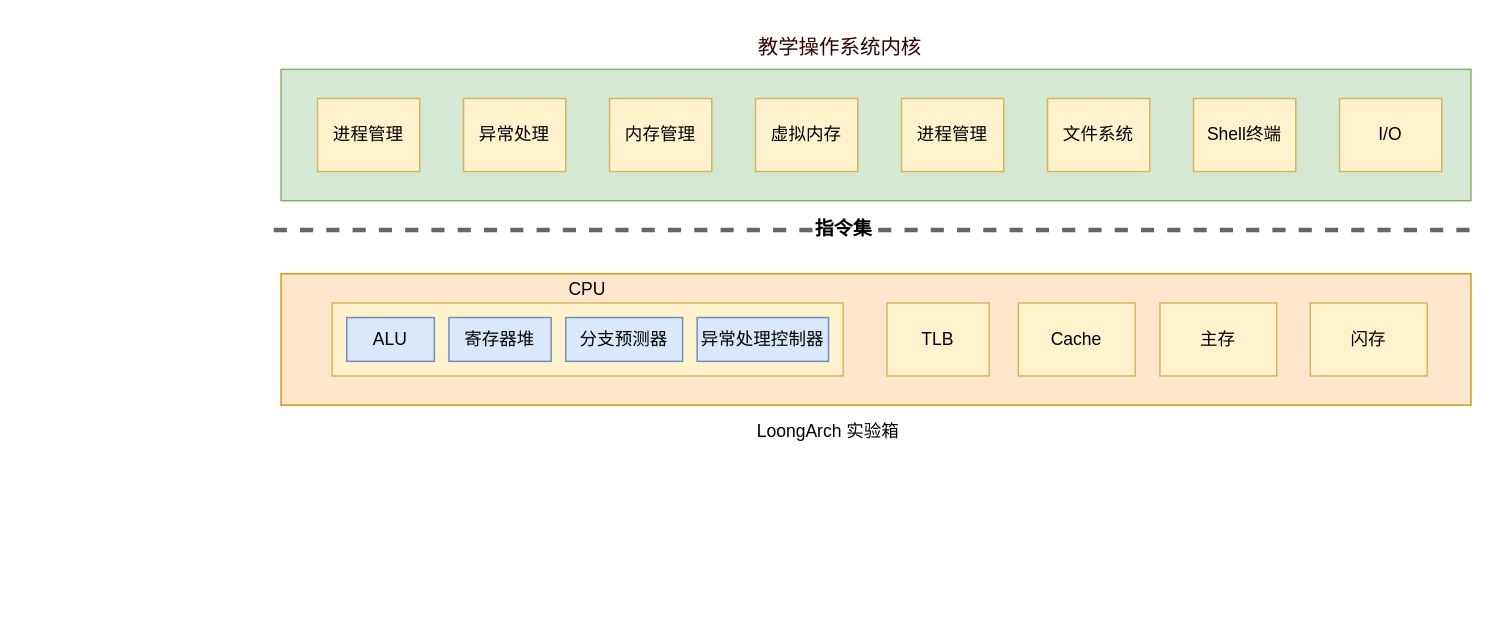
This is directory/架构CA-OS.drawio from lllwwwooo/draw.io, a draw.io file, before an edit. Source tidied: cells renumbered, new cells numbered last; positions are measured from the earlier drawing's top-left corner, leaving out a move shared by most shapes. Both pictures are drawn from the tidied source at 146%, with x=0, y=0 at pixel (273, 25).
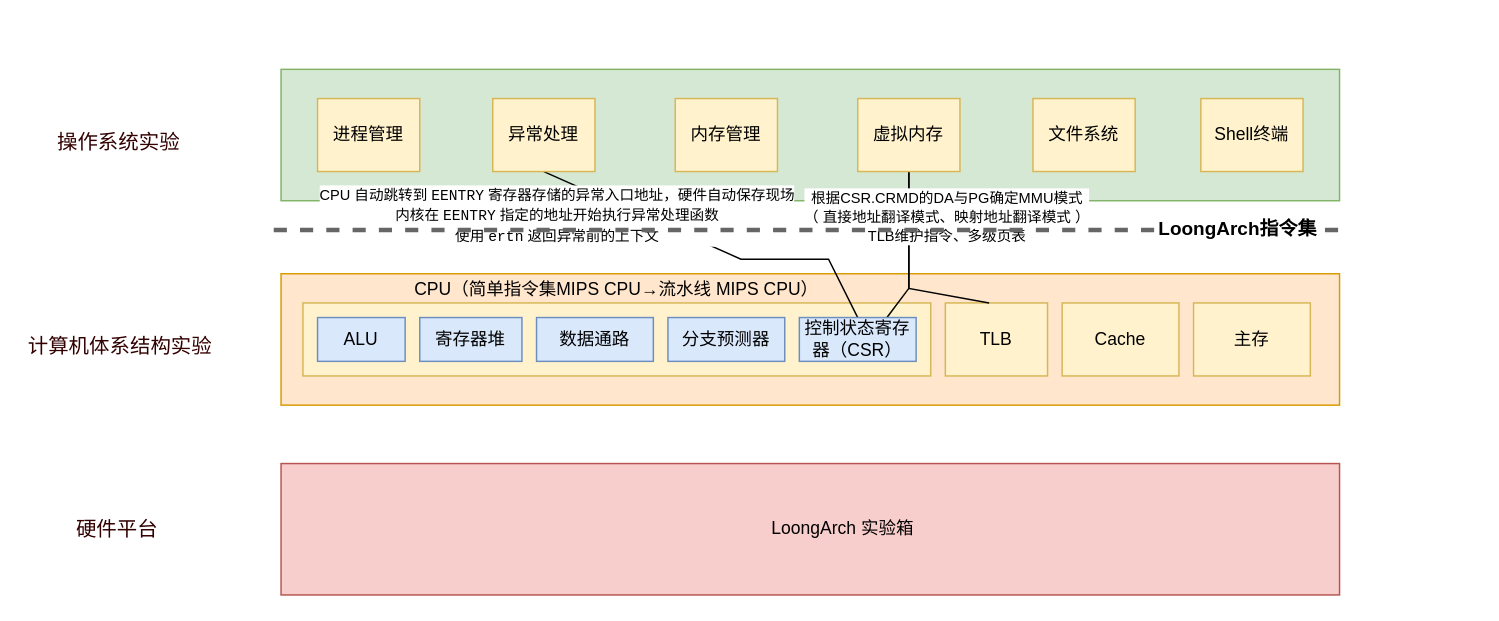
The same page after the edit.

Diff of the diagram source:
```diff
@@
     <mxCell id="2" style="rounded=0;whiteSpace=wrap;html=1;fillColor=#ffe6cc;strokeColor=#d79b00;" parent="1" vertex="1">
-      <mxGeometry x="5" y="170" width="815" height="90" as="geometry" />
+      <mxGeometry x="5" y="170" width="725" height="90" as="geometry" />
     </mxCell>
-    <mxCell id="3" value="LoongArch 实验箱&lt;div&gt;&lt;br&gt;&lt;/div&gt;" style="text;html=1;align=center;verticalAlign=middle;whiteSpace=wrap;rounded=0;" parent="1" vertex="1">
-      <mxGeometry x="310" y="270" width="140" height="30" as="geometry" />
-    </mxCell>
-    <mxCell id="4" value="CPU" style="whiteSpace=wrap;html=1;align=center;newEdgeStyle={&quot;edgeStyle&quot;:&quot;elbowEdgeStyle&quot;,&quot;startArrow&quot;:&quot;none&quot;,&quot;endArrow&quot;:&quot;none&quot;};labelPosition=center;verticalLabelPosition=top;verticalAlign=bottom;fillColor=#fff2cc;strokeColor=#d6b656;" parent="1" vertex="1">
-      <mxGeometry x="40" y="190" width="350" height="50" as="geometry" />
+    <mxCell id="4" value="CPU（简单指令集MIPS CPU→流水线 MIPS CPU）" style="whiteSpace=wrap;html=1;align=center;newEdgeStyle={&quot;edgeStyle&quot;:&quot;elbowEdgeStyle&quot;,&quot;startArrow&quot;:&quot;none&quot;,&quot;endArrow&quot;:&quot;none&quot;};labelPosition=center;verticalLabelPosition=top;verticalAlign=bottom;fillColor=#fff2cc;strokeColor=#d6b656;" parent="1" vertex="1">
+      <mxGeometry x="20" y="190" width="430" height="50" as="geometry" />
     </mxCell>
     <mxCell id="5" value="ALU" style="whiteSpace=wrap;html=1;align=center;newEdgeStyle={&quot;edgeStyle&quot;:&quot;elbowEdgeStyle&quot;,&quot;startArrow&quot;:&quot;none&quot;,&quot;endArrow&quot;:&quot;none&quot;};fillColor=#dae8fc;strokeColor=#6c8ebf;" parent="1" vertex="1">
-      <mxGeometry x="50" y="200" width="60" height="30" as="geometry" />
+      <mxGeometry x="30" y="200" width="60" height="30" as="geometry" />
     </mxCell>
@@
     <mxCell id="7" value="分支预测器" style="whiteSpace=wrap;html=1;align=center;newEdgeStyle={&quot;edgeStyle&quot;:&quot;elbowEdgeStyle&quot;,&quot;startArrow&quot;:&quot;none&quot;,&quot;endArrow&quot;:&quot;none&quot;};fillColor=#dae8fc;strokeColor=#6c8ebf;" parent="1" vertex="1">
-      <mxGeometry x="200" y="200" width="80" height="30" as="geometry" />
+      <mxGeometry x="270" y="200" width="80" height="30" as="geometry" />
     </mxCell>
     <mxCell id="8" value="TLB" style="whiteSpace=wrap;html=1;align=center;newEdgeStyle={&quot;edgeStyle&quot;:&quot;elbowEdgeStyle&quot;,&quot;startArrow&quot;:&quot;none&quot;,&quot;endArrow&quot;:&quot;none&quot;};labelPosition=center;verticalLabelPosition=middle;verticalAlign=middle;fillColor=#fff2cc;strokeColor=#d6b656;" parent="1" vertex="1">
-      <mxGeometry x="420" y="190" width="70" height="50" as="geometry" />
+      <mxGeometry x="460" y="190" width="70" height="50" as="geometry" />
     </mxCell>
-    <mxCell id="9" value="异常处理控制器" style="whiteSpace=wrap;html=1;align=center;newEdgeStyle={&quot;edgeStyle&quot;:&quot;elbowEdgeStyle&quot;,&quot;startArrow&quot;:&quot;none&quot;,&quot;endArrow&quot;:&quot;none&quot;};fillColor=#dae8fc;strokeColor=#6c8ebf;" parent="1" vertex="1">
-      <mxGeometry x="290" y="200" width="90" height="30" as="geometry" />
-    </mxCell>
     <mxCell id="10" value="寄存器堆" style="whiteSpace=wrap;html=1;align=center;newEdgeStyle={&quot;edgeStyle&quot;:&quot;elbowEdgeStyle&quot;,&quot;startArrow&quot;:&quot;none&quot;,&quot;endArrow&quot;:&quot;none&quot;};fillColor=#dae8fc;strokeColor=#6c8ebf;" parent="1" vertex="1">
-      <mxGeometry x="120" y="200" width="70" height="30" as="geometry" />
+      <mxGeometry x="100" y="200" width="70" height="30" as="geometry" />
     </mxCell>
     <mxCell id="11" value="Cache" style="whiteSpace=wrap;html=1;align=center;newEdgeStyle={&quot;edgeStyle&quot;:&quot;elbowEdgeStyle&quot;,&quot;startArrow&quot;:&quot;none&quot;,&quot;endArrow&quot;:&quot;none&quot;};labelPosition=center;verticalLabelPosition=middle;verticalAlign=middle;fillColor=#fff2cc;strokeColor=#d6b656;" parent="1" vertex="1">
-      <mxGeometry x="510" y="190" width="80" height="50" as="geometry" />
+      <mxGeometry x="540" y="190" width="80" height="50" as="geometry" />
     </mxCell>
-    <mxCell id="12" value="主存" style="whiteSpace=wrap;html=1;align=center;newEdgeStyle={&quot;edgeStyle&quot;:&quot;elbowEdgeStyle&quot;,&quot;startArrow&quot;:&quot;none&quot;,&quot;endArrow&quot;:&quot;none&quot;};labelPosition=center;verticalLabelPosition=middle;verticalAlign=middle;fillColor=#fff2cc;strokeColor=#d6b656;" parent="1" vertex="1">
-      <mxGeometry x="607" y="190" width="80" height="50" as="geometry" />
-    </mxCell>
-    <mxCell id="13" value="闪存" style="whiteSpace=wrap;html=1;align=center;newEdgeStyle={&quot;edgeStyle&quot;:&quot;elbowEdgeStyle&quot;,&quot;startArrow&quot;:&quot;none&quot;,&quot;endArrow&quot;:&quot;none&quot;};labelPosition=center;verticalLabelPosition=middle;verticalAlign=middle;fillColor=#fff2cc;strokeColor=#d6b656;" parent="1" vertex="1">
-      <mxGeometry x="710" y="190" width="80" height="50" as="geometry" />
-    </mxCell>
-    <mxCell id="14" style="endArrow=none;dashed=1;html=1;rounded=0;strokeWidth=3;fillColor=#f5f5f5;strokeColor=#666666;" parent="1" edge="1">
-      <mxGeometry relative="1" as="geometry">
-        <mxPoint y="140" as="sourcePoint" />
-        <mxPoint x="820" y="140" as="targetPoint" />
-      </mxGeometry>
-    </mxCell>
-    <mxCell id="15" value="指令集" style="edgeLabel;html=1;align=center;verticalAlign=middle;fontSize=13;fontStyle=1;" parent="14" vertex="1">
-      <mxGeometry x="-0.07" y="2" relative="1" as="geometry">
-        <mxPoint x="8" as="offset" />
-      </mxGeometry>
-    </mxCell>
     <mxCell id="16" style="rounded=0;whiteSpace=wrap;html=1;fillColor=#d5e8d4;strokeColor=#82b366;" parent="1" vertex="1">
-      <mxGeometry x="5" y="30" width="815" height="90" as="geometry" />
+      <mxGeometry x="5" y="30" width="725" height="90" as="geometry" />
     </mxCell>
-    <mxCell id="17" value="&lt;span style=&quot;font-size: 10.5pt;&quot;&gt;&lt;font style=&quot;color: rgb(51, 0, 0);&quot;&gt;教学操作系统内核&lt;/font&gt;&lt;/span&gt;" style="text;whiteSpace=wrap;html=1;" parent="1" vertex="1">
-      <mxGeometry x="330" width="120" height="20" as="geometry" />
+    <mxCell id="17" value="&lt;span style=&quot;font-size: 10.5pt;&quot;&gt;&lt;font style=&quot;color: rgb(51, 0, 0);&quot;&gt;操作系统实验&lt;/font&gt;&lt;/span&gt;" style="text;whiteSpace=wrap;html=1;" parent="1" vertex="1">
+      <mxGeometry x="-150" y="65" width="90" height="20" as="geometry" />
     </mxCell>
@@
+    <mxCell id="26" style="rounded=0;jettySize=auto;html=1;startArrow=none;endArrow=none;exitX=0.5;exitY=1;exitDx=0;exitDy=0;entryX=0.5;entryY=0;entryDx=0;entryDy=0;" parent="1" edge="1" source="19" target="35">
+      <mxGeometry relative="1" as="geometry">
+        <Array as="points">
+          <mxPoint x="320" y="160" />
+          <mxPoint x="380" y="160" />
+        </Array>
+      </mxGeometry>
+    </mxCell>
+    <mxCell id="27" value="&lt;font style=&quot;font-size: 10px;&quot;&gt;CPU 自动跳转到 &lt;code&gt;EENTRY&lt;/code&gt; 寄存器存储的异常入口地址，硬件自动保存现场&lt;/font&gt;&lt;div&gt;&lt;font style=&quot;font-size: 10px;&quot;&gt;&lt;span style=&quot;background-color: light-dark(#ffffff, var(--ge-dark-color, #121212)); color: light-dark(rgb(0, 0, 0), rgb(255, 255, 255));&quot;&gt;内核在 &lt;/span&gt;&lt;code style=&quot;background-color: light-dark(#ffffff, var(--ge-dark-color, #121212)); color: light-dark(rgb(0, 0, 0), rgb(255, 255, 255));&quot;&gt;EENTRY&lt;/code&gt;&lt;span style=&quot;background-color: light-dark(#ffffff, var(--ge-dark-color, #121212)); color: light-dark(rgb(0, 0, 0), rgb(255, 255, 255));&quot;&gt; 指定的地址开始执行异常处理函数&lt;/span&gt;&lt;/font&gt;&lt;div&gt;&lt;div&gt;&lt;font style=&quot;font-size: 10px;&quot;&gt;使用 &lt;code&gt;ertn&lt;/code&gt; 返回异常前的上下文&lt;/font&gt;&lt;/div&gt;&lt;/div&gt;&lt;/div&gt;" style="edgeLabel;html=1;align=center;verticalAlign=middle;" parent="26" vertex="1">
+      <mxGeometry x="0.01" y="4" relative="1" as="geometry">
+        <mxPoint x="-109" y="-18" as="offset" />
+      </mxGeometry>
+    </mxCell>
     <mxCell id="19" value="异常处理" style="whiteSpace=wrap;html=1;align=center;newEdgeStyle={&quot;edgeStyle&quot;:&quot;elbowEdgeStyle&quot;,&quot;startArrow&quot;:&quot;none&quot;,&quot;endArrow&quot;:&quot;none&quot;};labelPosition=center;verticalLabelPosition=middle;verticalAlign=middle;fillColor=#fff2cc;strokeColor=#d6b656;" parent="1" vertex="1">
-      <mxGeometry x="130" y="50" width="70" height="50" as="geometry" />
+      <mxGeometry x="150" y="50" width="70" height="50" as="geometry" />
     </mxCell>
     <mxCell id="20" value="内存管理" style="whiteSpace=wrap;html=1;align=center;newEdgeStyle={&quot;edgeStyle&quot;:&quot;elbowEdgeStyle&quot;,&quot;startArrow&quot;:&quot;none&quot;,&quot;endArrow&quot;:&quot;none&quot;};labelPosition=center;verticalLabelPosition=middle;verticalAlign=middle;fillColor=#fff2cc;strokeColor=#d6b656;" parent="1" vertex="1">
-      <mxGeometry x="230" y="50" width="70" height="50" as="geometry" />
+      <mxGeometry x="275" y="50" width="70" height="50" as="geometry" />
     </mxCell>
+    <mxCell id="28" style="rounded=0;jettySize=auto;html=1;startArrow=none;endArrow=none;exitX=0.5;exitY=1;exitDx=0;exitDy=0;entryX=0.75;entryY=0;entryDx=0;entryDy=0;" parent="1" edge="1" source="21" target="35">
+      <mxGeometry relative="1" as="geometry">
+        <Array as="points">
+          <mxPoint x="435" y="180" />
+        </Array>
+      </mxGeometry>
+    </mxCell>
+    <mxCell id="29" style="rounded=0;jettySize=auto;html=1;startArrow=none;endArrow=none;elbow=vertical;exitX=0.5;exitY=1;exitDx=0;exitDy=0;" parent="1" edge="1" source="21">
+      <mxGeometry relative="1" as="geometry">
+        <mxPoint x="490" y="190" as="targetPoint" />
+        <Array as="points">
+          <mxPoint x="435" y="180" />
+        </Array>
+      </mxGeometry>
+    </mxCell>
+    <mxCell id="30" value="&lt;div&gt;&lt;font style=&quot;font-size: 10px;&quot;&gt;根据CSR.CRMD的DA与PG确定MMU模式&lt;/font&gt;&lt;/div&gt;&lt;div&gt;&lt;font style=&quot;font-size: 10px;&quot;&gt;（&amp;nbsp;直接地址翻译模式、映射地址翻译模式 ）&lt;/font&gt;&lt;/div&gt;&lt;div&gt;&lt;font style=&quot;font-size: 10px;&quot;&gt;TLB维护指令、&lt;/font&gt;&lt;span style=&quot;font-size: 10px; background-color: light-dark(#ffffff, var(--ge-dark-color, #121212)); color: light-dark(rgb(0, 0, 0), rgb(255, 255, 255));&quot;&gt;多级页表&lt;/span&gt;&lt;/div&gt;" style="edgeLabel;html=1;align=center;verticalAlign=middle;" parent="29" vertex="1">
+      <mxGeometry relative="1" as="geometry">
+        <mxPoint x="25" y="-38" as="offset" />
+      </mxGeometry>
+    </mxCell>
     <mxCell id="21" value="虚拟内存" style="whiteSpace=wrap;html=1;align=center;newEdgeStyle={&quot;edgeStyle&quot;:&quot;elbowEdgeStyle&quot;,&quot;startArrow&quot;:&quot;none&quot;,&quot;endArrow&quot;:&quot;none&quot;};labelPosition=center;verticalLabelPosition=middle;verticalAlign=middle;fillColor=#fff2cc;strokeColor=#d6b656;" parent="1" vertex="1">
-      <mxGeometry x="330" y="50" width="70" height="50" as="geometry" />
+      <mxGeometry x="400" y="50" width="70" height="50" as="geometry" />
     </mxCell>
-    <mxCell id="22" value="进程管理" style="whiteSpace=wrap;html=1;align=center;newEdgeStyle={&quot;edgeStyle&quot;:&quot;elbowEdgeStyle&quot;,&quot;startArrow&quot;:&quot;none&quot;,&quot;endArrow&quot;:&quot;none&quot;};labelPosition=center;verticalLabelPosition=middle;verticalAlign=middle;fillColor=#fff2cc;strokeColor=#d6b656;" parent="1" vertex="1">
-      <mxGeometry x="430" y="50" width="70" height="50" as="geometry" />
-    </mxCell>
     <mxCell id="23" value="文件系统" style="whiteSpace=wrap;html=1;align=center;newEdgeStyle={&quot;edgeStyle&quot;:&quot;elbowEdgeStyle&quot;,&quot;startArrow&quot;:&quot;none&quot;,&quot;endArrow&quot;:&quot;none&quot;};labelPosition=center;verticalLabelPosition=middle;verticalAlign=middle;fillColor=#fff2cc;strokeColor=#d6b656;" parent="1" vertex="1">
-      <mxGeometry x="530" y="50" width="70" height="50" as="geometry" />
+      <mxGeometry x="520" y="50" width="70" height="50" as="geometry" />
     </mxCell>
     <mxCell id="24" value="Shell终端" style="whiteSpace=wrap;html=1;align=center;newEdgeStyle={&quot;edgeStyle&quot;:&quot;elbowEdgeStyle&quot;,&quot;startArrow&quot;:&quot;none&quot;,&quot;endArrow&quot;:&quot;none&quot;};labelPosition=center;verticalLabelPosition=middle;verticalAlign=middle;fillColor=#fff2cc;strokeColor=#d6b656;" parent="1" vertex="1">
-      <mxGeometry x="630" y="50" width="70" height="50" as="geometry" />
+      <mxGeometry x="635" y="50" width="70" height="50" as="geometry" />
     </mxCell>
-    <mxCell id="25" value="I/O" style="whiteSpace=wrap;html=1;align=center;newEdgeStyle={&quot;edgeStyle&quot;:&quot;elbowEdgeStyle&quot;,&quot;startArrow&quot;:&quot;none&quot;,&quot;endArrow&quot;:&quot;none&quot;};labelPosition=center;verticalLabelPosition=middle;verticalAlign=middle;fillColor=#fff2cc;strokeColor=#d6b656;" parent="1" vertex="1">
-      <mxGeometry x="730" y="50" width="70" height="50" as="geometry" />
-    </mxCell>
+    <mxCell id="31" style="rounded=0;whiteSpace=wrap;html=1;fillColor=#f8cecc;strokeColor=#b85450;" parent="1" vertex="1">
+      <mxGeometry x="5" y="300" width="725" height="90" as="geometry" />
+    </mxCell>
+    <mxCell id="3" value="LoongArch 实验箱" style="text;html=1;align=center;verticalAlign=middle;whiteSpace=wrap;rounded=0;" parent="1" vertex="1">
+      <mxGeometry x="320" y="330" width="140" height="30" as="geometry" />
+    </mxCell>
+    <mxCell id="32" value="&lt;span style=&quot;font-size: 10.5pt;&quot;&gt;&lt;font style=&quot;color: rgb(51, 0, 0);&quot;&gt;计算机体系结构实验&lt;/font&gt;&lt;/span&gt;" style="text;whiteSpace=wrap;html=1;" parent="1" vertex="1">
+      <mxGeometry x="-170" y="205" width="130" height="20" as="geometry" />
+    </mxCell>
+    <mxCell id="33" value="&lt;span style=&quot;font-size: 10.5pt;&quot;&gt;&lt;font style=&quot;color: rgb(51, 0, 0);&quot;&gt;硬件平台&lt;/font&gt;&lt;/span&gt;" style="text;whiteSpace=wrap;html=1;" parent="1" vertex="1">
+      <mxGeometry x="-137.5" y="330" width="65" height="20" as="geometry" />
+    </mxCell>
+    <mxCell id="34" value="数据通路" style="whiteSpace=wrap;html=1;align=center;newEdgeStyle={&quot;edgeStyle&quot;:&quot;elbowEdgeStyle&quot;,&quot;startArrow&quot;:&quot;none&quot;,&quot;endArrow&quot;:&quot;none&quot;};fillColor=#dae8fc;strokeColor=#6c8ebf;" parent="1" vertex="1">
+      <mxGeometry x="180" y="200" width="80" height="30" as="geometry" />
+    </mxCell>
+    <mxCell id="35" value="控制状态寄存器（CSR）" style="whiteSpace=wrap;html=1;align=center;newEdgeStyle={&quot;edgeStyle&quot;:&quot;elbowEdgeStyle&quot;,&quot;startArrow&quot;:&quot;none&quot;,&quot;endArrow&quot;:&quot;none&quot;};fillColor=#dae8fc;strokeColor=#6c8ebf;" parent="1" vertex="1">
+      <mxGeometry x="360" y="200" width="80" height="30" as="geometry" />
+    </mxCell>
+    <mxCell id="36" style="edgeStyle=elbowEdgeStyle;rounded=0;orthogonalLoop=1;jettySize=auto;html=1;startArrow=none;endArrow=none;exitX=1;exitY=0.5;exitDx=0;exitDy=0;" parent="1" edge="1" source="4" target="4">
+      <mxGeometry relative="1" as="geometry" />
+    </mxCell>
+    <mxCell id="12" value="主存" style="whiteSpace=wrap;html=1;align=center;newEdgeStyle={&quot;edgeStyle&quot;:&quot;elbowEdgeStyle&quot;,&quot;startArrow&quot;:&quot;none&quot;,&quot;endArrow&quot;:&quot;none&quot;};labelPosition=center;verticalLabelPosition=middle;verticalAlign=middle;fillColor=#fff2cc;strokeColor=#d6b656;" parent="1" vertex="1">
+      <mxGeometry x="630" y="190" width="80" height="50" as="geometry" />
+    </mxCell>
+    <mxCell id="14" style="endArrow=none;dashed=1;html=1;rounded=0;strokeWidth=3;fillColor=#f5f5f5;strokeColor=#666666;" parent="1" edge="1">
+      <mxGeometry relative="1" as="geometry">
+        <mxPoint y="140" as="sourcePoint" />
+        <mxPoint x="730" y="140" as="targetPoint" />
+        <Array as="points">
+          <mxPoint x="450" y="140" />
+        </Array>
+      </mxGeometry>
+    </mxCell>
+    <mxCell id="15" value="LoongArch指令集" style="edgeLabel;html=1;align=center;verticalAlign=middle;fontSize=13;fontStyle=1;" parent="14" vertex="1">
+      <mxGeometry x="-0.07" y="2" relative="1" as="geometry">
+        <mxPoint x="320" as="offset" />
+      </mxGeometry>
+    </mxCell>
```
